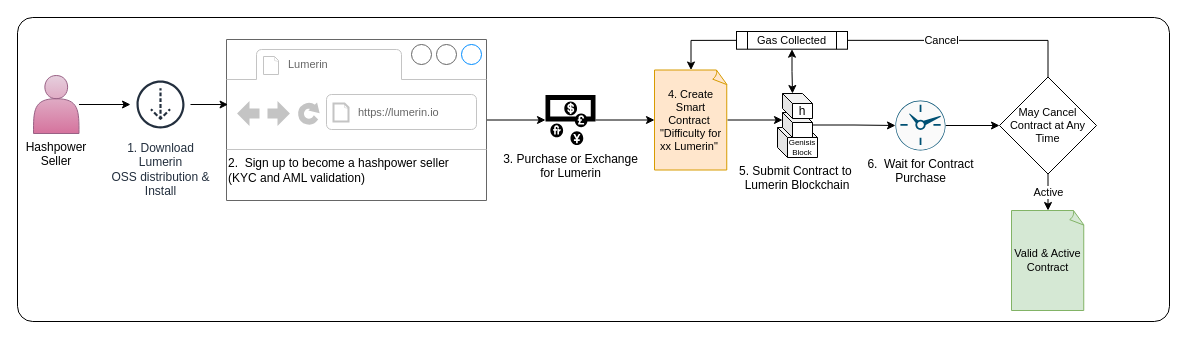
abs2023/tdocs keeps this draw.io diagram as page "SellerJourney" (7 of 9) of source/macro.drawio. Above is the earlier version. Source tidied: cells renumbered, new cells numbered last; positions are measured from the earlier drawing's top-left corner, leaving out a move shared by most shapes. Both pictures are drawn from the tidied source at 100%, with x=0, y=0 at pixel (17, 17).
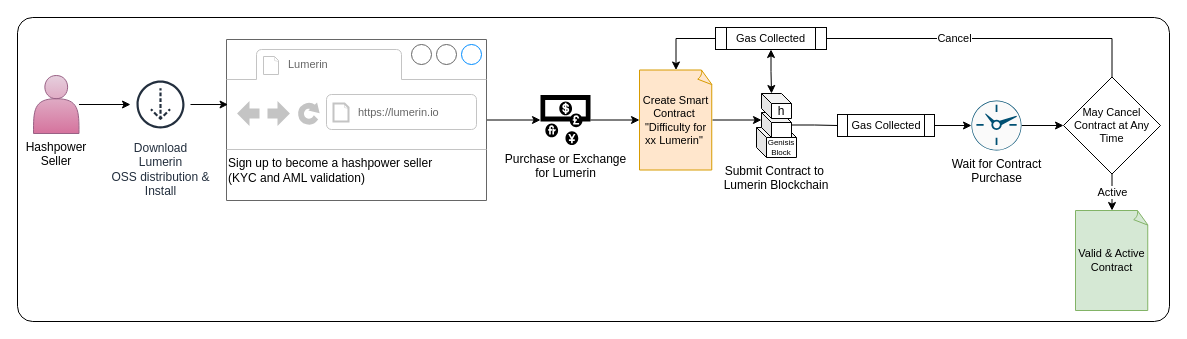
The same diagram, later.

Commit message (it also covers changes not shown here):
contract journey updat

The change refers to these unchanged cells:
```xml
<mxCell id="15" style="shape=cube;whiteSpace=wrap;html=1;boundedLbl=1;backgroundOutline=1;darkOpacity=0.05;darkOpacity2=0.1;size=10;rotation=0;horizontal=1;" parent="13" vertex="1">
  <mxGeometry x="5" y="19" width="30" height="25" as="geometry" />
</mxCell>
```

What changed in the source:
```diff
@@
-    <mxCell id="4" value="&lt;br&gt;&lt;br&gt;&lt;br&gt;&lt;br&gt;&lt;br&gt;&lt;br&gt;&lt;br&gt;2.&amp;nbsp; Sign up to become a hashpower seller &lt;br&gt;(KYC and AML validation)&amp;nbsp;" style="strokeWidth=1;shadow=0;dashed=0;align=left;html=1;shape=mxgraph.mockup.containers.browserWindow;rSize=0;strokeColor=none;strokeColor2=#008cff;strokeColor3=#c4c4c4;mainText=,;labelBackgroundColor=none;fillColor=none;" parent="1" vertex="1">
+    <mxCell id="4" value="&lt;br&gt;&lt;br&gt;&lt;br&gt;&lt;br&gt;&lt;br&gt;&lt;br&gt;&lt;br&gt;Sign up to become a hashpower seller &lt;br&gt;(KYC and AML validation)&amp;nbsp;" style="strokeWidth=1;shadow=0;dashed=0;align=left;html=1;shape=mxgraph.mockup.containers.browserWindow;rSize=0;strokeColor=none;strokeColor2=#008cff;strokeColor3=#c4c4c4;mainText=,;labelBackgroundColor=none;fillColor=none;" parent="1" vertex="1">
       <mxGeometry x="209" y="22" width="259" height="161" as="geometry" />
     </mxCell>
@@
-    <mxCell id="8" value="1. Download&lt;br&gt;Lumerin &lt;br&gt;OSS distribution &amp;amp; &lt;br&gt;Install" style="sketch=0;outlineConnect=0;fontColor=#232F3E;gradientColor=none;strokeColor=#232F3E;fillColor=none;dashed=0;verticalLabelPosition=bottom;verticalAlign=top;align=center;html=1;fontSize=12;fontStyle=0;shape=mxgraph.aws4.resourceIcon;resIcon=mxgraph.aws4.download_distribution;" parent="1" vertex="1">
+    <mxCell id="8" value="Download&lt;br&gt;Lumerin &lt;br&gt;OSS distribution &amp;amp; &lt;br&gt;Install" style="sketch=0;outlineConnect=0;fontColor=#232F3E;gradientColor=none;strokeColor=#232F3E;fillColor=none;dashed=0;verticalLabelPosition=bottom;verticalAlign=top;align=center;html=1;fontSize=12;fontStyle=0;shape=mxgraph.aws4.resourceIcon;resIcon=mxgraph.aws4.download_distribution;" parent="1" vertex="1">
       <mxGeometry x="113" y="57" width="60" height="60" as="geometry" />
     </mxCell>
@@
-    <mxCell id="13" value="5. Submit Contract to &#10;Lumerin Blockchain" style="group;verticalAlign=top;labelPosition=center;verticalLabelPosition=bottom;align=center;" parent="1" vertex="1">
-      <mxGeometry x="760" y="76" width="40" height="64" as="geometry" />
+    <mxCell id="13" value="Submit Contract to &#10;Lumerin Blockchain" style="group;verticalAlign=top;labelPosition=center;verticalLabelPosition=bottom;align=center;" parent="1" vertex="1">
+      <mxGeometry x="739" y="76" width="40" height="64" as="geometry" />
     </mxCell>
@@
-    <mxCell id="17" value="3. Purchase or Exchange&lt;br&gt;for Lumerin" style="shape=mxgraph.signs.travel.currency_exchange;html=1;fillColor=#000000;strokeColor=none;verticalLabelPosition=bottom;verticalAlign=top;align=center;sketch=0;" parent="1" vertex="1">
-      <mxGeometry x="528" y="77.5" width="50" height="50" as="geometry" />
+    <mxCell id="17" value="Purchase or Exchange&lt;br&gt;for Lumerin" style="shape=mxgraph.signs.travel.currency_exchange;html=1;fillColor=#000000;strokeColor=none;verticalLabelPosition=bottom;verticalAlign=top;align=center;sketch=0;" parent="1" vertex="1">
+      <mxGeometry x="523" y="77.5" width="50" height="50" as="geometry" />
     </mxCell>
@@
-    <mxCell id="19" value="6.&amp;nbsp; Wait for Contract&lt;br&gt;Purchase" style="sketch=0;points=[[0.5,0,0],[1,0.5,0],[0.5,1,0],[0,0.5,0],[0.145,0.145,0],[0.8555,0.145,0],[0.855,0.8555,0],[0.145,0.855,0]];verticalLabelPosition=bottom;html=1;verticalAlign=top;align=center;shape=mxgraph.cisco19.rect;prIcon=clock;fillColor=#FAFAFA;strokeColor=#005073;labelBackgroundColor=none;" parent="1" vertex="1">
-      <mxGeometry x="878" y="83" width="50" height="50" as="geometry" />
+    <mxCell id="19" value="Wait for Contract&lt;br&gt;Purchase" style="sketch=0;points=[[0.5,0,0],[1,0.5,0],[0.5,1,0],[0,0.5,0],[0.145,0.145,0],[0.8555,0.145,0],[0.855,0.8555,0],[0.145,0.855,0]];verticalLabelPosition=bottom;html=1;verticalAlign=top;align=center;shape=mxgraph.cisco19.rect;prIcon=clock;fillColor=#FAFAFA;strokeColor=#005073;labelBackgroundColor=none;" parent="1" vertex="1">
+      <mxGeometry x="954" y="83" width="50" height="50" as="geometry" />
     </mxCell>
-    <mxCell id="20" style="edgeStyle=orthogonalEdgeStyle;rounded=0;jettySize=auto;html=1;entryX=0;entryY=0.5;entryDx=0;entryDy=0;entryPerimeter=0;" parent="1" edge="1" source="15" target="19">
+    <mxCell id="20" style="edgeStyle=orthogonalEdgeStyle;rounded=0;jettySize=auto;html=1;entryX=0;entryY=0.5;entryDx=0;entryDy=0;entryPerimeter=0;startArrow=none;" parent="1" edge="1" source="29" target="19">
       <mxGeometry relative="1" as="geometry" />
     </mxCell>
@@
     <mxCell id="22" value="May Cancel Contract at Any Time" style="rhombus;whiteSpace=wrap;html=1;labelBackgroundColor=none;sketch=0;verticalAlign=middle;fontSize=11;" parent="1" vertex="1">
-      <mxGeometry x="982" y="59.5" width="97" height="97" as="geometry" />
+      <mxGeometry x="1046" y="59.5" width="97" height="97" as="geometry" />
     </mxCell>
-    <mxCell id="23" value="4. Create Smart Contract&amp;nbsp;&lt;br&gt;&quot;Difficulty for xx Lumerin&quot;&amp;nbsp;" style="whiteSpace=wrap;html=1;shape=mxgraph.basic.document;labelBackgroundColor=none;sketch=0;fontSize=11;verticalAlign=middle;fillColor=#ffe6cc;strokeColor=#d79b00;" parent="1" vertex="1">
-      <mxGeometry x="637" y="52.5" width="73" height="100" as="geometry" />
+    <mxCell id="23" value="Create Smart Contract&amp;nbsp;&lt;br&gt;&quot;Difficulty for xx Lumerin&quot;&amp;nbsp;" style="whiteSpace=wrap;html=1;shape=mxgraph.basic.document;labelBackgroundColor=none;sketch=0;fontSize=11;verticalAlign=middle;fillColor=#ffe6cc;strokeColor=#d79b00;" parent="1" vertex="1">
+      <mxGeometry x="622" y="52.5" width="73" height="100" as="geometry" />
     </mxCell>
     <mxCell id="24" value="Valid &amp;amp; Active Contract" style="whiteSpace=wrap;html=1;shape=mxgraph.basic.document;labelBackgroundColor=none;sketch=0;fontSize=11;verticalAlign=middle;fillColor=#d5e8d4;strokeColor=#82b366;" parent="1" vertex="1">
-      <mxGeometry x="994" y="193" width="73" height="100" as="geometry" />
+      <mxGeometry x="1058" y="193" width="73" height="100" as="geometry" />
     </mxCell>
@@
     <mxCell id="27" value="Gas Collected" style="shape=process;whiteSpace=wrap;html=1;backgroundOutline=1;labelBackgroundColor=none;sketch=0;fontSize=11;fillColor=none;verticalAlign=middle;" parent="1" vertex="1">
-      <mxGeometry x="719" y="14" width="111" height="17.7" as="geometry" />
+      <mxGeometry x="698" y="10" width="111" height="22" as="geometry" />
     </mxCell>
@@
+    <mxCell id="29" value="Gas Collected" style="shape=process;whiteSpace=wrap;html=1;backgroundOutline=1;labelBackgroundColor=none;sketch=0;fontSize=11;fillColor=none;verticalAlign=middle;" parent="1" vertex="1">
+      <mxGeometry x="820" y="97" width="97" height="22" as="geometry" />
+    </mxCell>
+    <mxCell id="30" style="edgeStyle=orthogonalEdgeStyle;rounded=0;jettySize=auto;html=1;entryX=0;entryY=0.5;entryDx=0;entryDy=0;entryPerimeter=0;endArrow=none;" parent="1" edge="1" source="15" target="29">
+      <mxGeometry relative="1" as="geometry" />
+    </mxCell>
```
